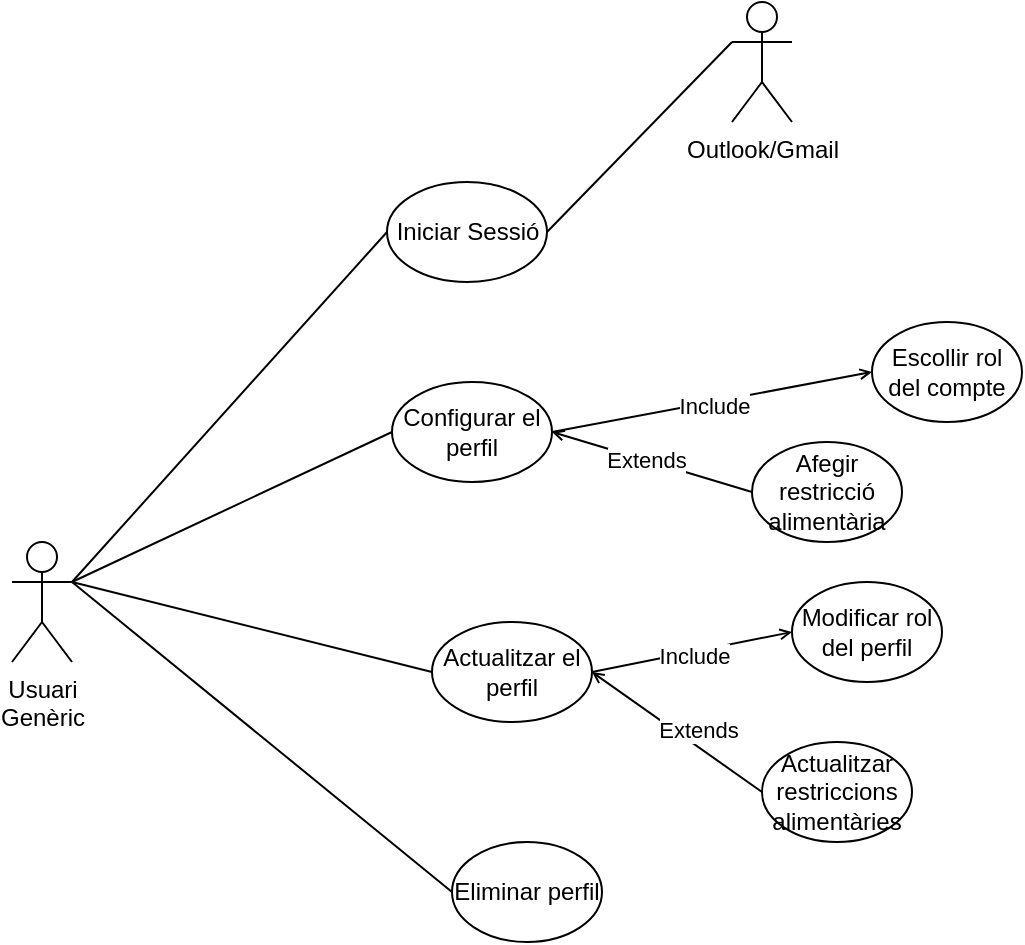
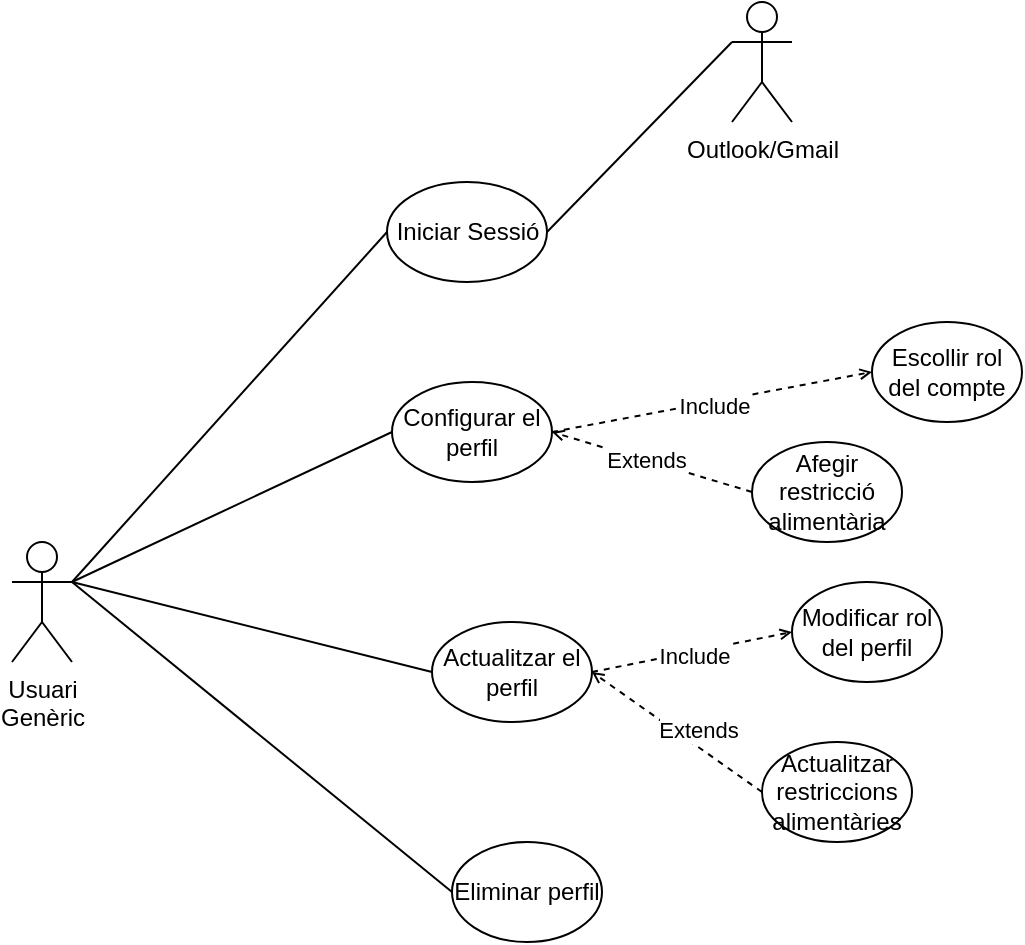
<mxfile host="Electron" agent="Mozilla/5.0 (X11; Linux x86_64) AppleWebKit/537.36 (KHTML, like Gecko) draw.io/29.6.1 Chrome/142.0.7444.265 Electron/39.8.9 Safari/537.36">
  <diagram name="Pàgina-1" id="554452TnlsPXSCmWLVR3">
-     <mxGraphModel dx="1712" dy="1001" grid="1" gridSize="10" guides="1" tooltips="1" connect="1" arrows="1" fold="1" page="1" pageScale="1" pageWidth="1169" pageHeight="827" math="0" shadow="0">
+     <mxGraphModel dx="869" dy="564" grid="1" gridSize="10" guides="1" tooltips="1" connect="1" arrows="1" fold="1" page="1" pageScale="1" pageWidth="1169" pageHeight="827" math="0" shadow="0">
      <root>
        <mxCell id="0" />
        <mxCell id="1" parent="0" />
        <mxCell id="fca1Em15TCVHM_VSifuS-20" edge="1" parent="1" source="fca1Em15TCVHM_VSifuS-1" style="edgeStyle=none;shape=connector;rounded=0;orthogonalLoop=1;jettySize=auto;html=1;exitX=1;exitY=0.3333333333333333;exitDx=0;exitDy=0;exitPerimeter=0;entryX=0;entryY=0.5;entryDx=0;entryDy=0;strokeColor=default;align=center;verticalAlign=middle;fontFamily=Helvetica;fontSize=11;fontColor=default;labelBackgroundColor=default;endArrow=none;endFill=0;" target="fca1Em15TCVHM_VSifuS-2">
          <mxGeometry relative="1" as="geometry" />
        </mxCell>
        <mxCell id="rSSmN_jFFpueDopVGZL0-2" edge="1" parent="1" source="fca1Em15TCVHM_VSifuS-1" style="rounded=0;orthogonalLoop=1;jettySize=auto;html=1;exitX=1;exitY=0.3333333333333333;exitDx=0;exitDy=0;exitPerimeter=0;entryX=0;entryY=0.5;entryDx=0;entryDy=0;endArrow=none;endFill=0;" target="rSSmN_jFFpueDopVGZL0-1">
          <mxGeometry relative="1" as="geometry" />
        </mxCell>
        <mxCell id="fca1Em15TCVHM_VSifuS-1" parent="1" style="shape=umlActor;verticalLabelPosition=bottom;verticalAlign=top;html=1;outlineConnect=0;" value="Usuari&lt;div&gt;Genèric&lt;/div&gt;" vertex="1">
          <mxGeometry height="60" width="30" x="270" y="360" as="geometry" />
        </mxCell>
-         <mxCell id="fca1Em15TCVHM_VSifuS-12" edge="1" parent="1" source="fca1Em15TCVHM_VSifuS-2" style="edgeStyle=none;shape=connector;rounded=0;orthogonalLoop=1;jettySize=auto;html=1;exitX=1;exitY=0.5;exitDx=0;exitDy=0;entryX=0;entryY=0.5;entryDx=0;entryDy=0;strokeColor=default;align=center;verticalAlign=middle;fontFamily=Helvetica;fontSize=11;fontColor=default;labelBackgroundColor=default;endArrow=open;endFill=0;endSize=4;" target="fca1Em15TCVHM_VSifuS-5">
+         <mxCell id="fca1Em15TCVHM_VSifuS-12" edge="1" parent="1" source="fca1Em15TCVHM_VSifuS-2" style="edgeStyle=none;shape=connector;rounded=0;orthogonalLoop=1;jettySize=auto;html=1;exitX=1;exitY=0.5;exitDx=0;exitDy=0;entryX=0;entryY=0.5;entryDx=0;entryDy=0;strokeColor=default;align=center;verticalAlign=middle;fontFamily=Helvetica;fontSize=11;fontColor=default;labelBackgroundColor=default;endArrow=open;endFill=0;endSize=4;dashed=1;" target="fca1Em15TCVHM_VSifuS-5">
          <mxGeometry relative="1" as="geometry" />
        </mxCell>
        <mxCell id="fca1Em15TCVHM_VSifuS-16" connectable="0" parent="fca1Em15TCVHM_VSifuS-12" style="edgeLabel;html=1;align=center;verticalAlign=middle;points=[];fontFamily=Helvetica;fontSize=11;fontColor=default;labelBackgroundColor=default;rounded=0;strokeColor=default;" value="Include" vertex="1">
          <mxGeometry relative="1" x="0.0101" y="-2" as="geometry">
            <mxPoint as="offset" />
          </mxGeometry>
        </mxCell>
-         <mxCell id="fca1Em15TCVHM_VSifuS-13" edge="1" parent="1" source="fca1Em15TCVHM_VSifuS-6" style="edgeStyle=none;shape=connector;rounded=0;orthogonalLoop=1;jettySize=auto;html=1;exitX=0;exitY=0.5;exitDx=0;exitDy=0;entryX=1;entryY=0.5;entryDx=0;entryDy=0;strokeColor=default;align=center;verticalAlign=middle;fontFamily=Helvetica;fontSize=11;fontColor=default;labelBackgroundColor=default;endArrow=open;endFill=0;endSize=4;" target="fca1Em15TCVHM_VSifuS-2">
+         <mxCell id="fca1Em15TCVHM_VSifuS-13" edge="1" parent="1" source="fca1Em15TCVHM_VSifuS-6" style="edgeStyle=none;shape=connector;rounded=0;orthogonalLoop=1;jettySize=auto;html=1;exitX=0;exitY=0.5;exitDx=0;exitDy=0;entryX=1;entryY=0.5;entryDx=0;entryDy=0;strokeColor=default;align=center;verticalAlign=middle;fontFamily=Helvetica;fontSize=11;fontColor=default;labelBackgroundColor=default;endArrow=open;endFill=0;endSize=4;dashed=1;" target="fca1Em15TCVHM_VSifuS-2">
          <mxGeometry relative="1" as="geometry" />
        </mxCell>
        <mxCell id="fca1Em15TCVHM_VSifuS-17" connectable="0" parent="fca1Em15TCVHM_VSifuS-13" style="edgeLabel;html=1;align=center;verticalAlign=middle;points=[];fontFamily=Helvetica;fontSize=11;fontColor=default;labelBackgroundColor=default;rounded=0;strokeColor=default;" value="Extends" vertex="1">
          <mxGeometry relative="1" x="0.0587" as="geometry">
            <mxPoint as="offset" />
          </mxGeometry>
        </mxCell>
        <mxCell id="fca1Em15TCVHM_VSifuS-2" parent="1" style="ellipse;whiteSpace=wrap;html=1;" value="Configurar el perfil" vertex="1">
          <mxGeometry height="50" width="80" x="460" y="280" as="geometry" />
        </mxCell>
        <mxCell id="fca1Em15TCVHM_VSifuS-5" parent="1" style="ellipse;whiteSpace=wrap;html=1;" value="Escollir rol del compte" vertex="1">
          <mxGeometry height="50" width="75" x="700" y="250" as="geometry" />
        </mxCell>
        <mxCell id="fca1Em15TCVHM_VSifuS-6" parent="1" style="ellipse;whiteSpace=wrap;html=1;" value="Afegir restricció alimentària" vertex="1">
          <mxGeometry height="50" width="75" x="640" y="310" as="geometry" />
        </mxCell>
        <mxCell id="fca1Em15TCVHM_VSifuS-21" edge="1" parent="1" source="fca1Em15TCVHM_VSifuS-19" style="edgeStyle=none;shape=connector;rounded=0;orthogonalLoop=1;jettySize=auto;html=1;exitX=0;exitY=0.5;exitDx=0;exitDy=0;strokeColor=default;align=center;verticalAlign=middle;fontFamily=Helvetica;fontSize=11;fontColor=default;labelBackgroundColor=default;endArrow=none;endFill=0;">
          <mxGeometry relative="1" as="geometry">
            <mxPoint x="300" y="380" as="targetPoint" />
          </mxGeometry>
        </mxCell>
        <mxCell id="fca1Em15TCVHM_VSifuS-19" parent="1" style="ellipse;whiteSpace=wrap;html=1;" value="Eliminar perfil" vertex="1">
          <mxGeometry height="50" width="75" x="490" y="510" as="geometry" />
        </mxCell>
        <mxCell id="fca1Em15TCVHM_VSifuS-23" edge="1" parent="1" source="fca1Em15TCVHM_VSifuS-59" style="edgeStyle=none;shape=connector;rounded=0;orthogonalLoop=1;jettySize=auto;html=1;exitX=0;exitY=0.5;exitDx=0;exitDy=0;entryX=1;entryY=0.3333333333333333;entryDx=0;entryDy=0;entryPerimeter=0;strokeColor=default;align=center;verticalAlign=middle;fontFamily=Helvetica;fontSize=11;fontColor=default;labelBackgroundColor=default;endArrow=none;endFill=0;" target="fca1Em15TCVHM_VSifuS-1">
          <mxGeometry relative="1" as="geometry">
            <mxPoint x="470.00000000000125" y="655" as="sourcePoint" />
          </mxGeometry>
        </mxCell>
-         <mxCell id="fca1Em15TCVHM_VSifuS-55" edge="1" parent="1" source="fca1Em15TCVHM_VSifuS-59" style="edgeStyle=none;shape=connector;rounded=0;orthogonalLoop=1;jettySize=auto;html=1;exitX=1;exitY=0.5;exitDx=0;exitDy=0;entryX=0;entryY=0.5;entryDx=0;entryDy=0;strokeColor=default;align=center;verticalAlign=middle;fontFamily=Helvetica;fontSize=11;fontColor=default;labelBackgroundColor=default;endArrow=open;endFill=0;endSize=4;" target="fca1Em15TCVHM_VSifuS-62">
+         <mxCell id="fca1Em15TCVHM_VSifuS-55" edge="1" parent="1" source="fca1Em15TCVHM_VSifuS-59" style="edgeStyle=none;shape=connector;rounded=0;orthogonalLoop=1;jettySize=auto;html=1;exitX=1;exitY=0.5;exitDx=0;exitDy=0;entryX=0;entryY=0.5;entryDx=0;entryDy=0;strokeColor=default;align=center;verticalAlign=middle;fontFamily=Helvetica;fontSize=11;fontColor=default;labelBackgroundColor=default;endArrow=open;endFill=0;endSize=4;dashed=1;" target="fca1Em15TCVHM_VSifuS-62">
          <mxGeometry relative="1" as="geometry" />
        </mxCell>
        <mxCell id="fca1Em15TCVHM_VSifuS-56" connectable="0" parent="fca1Em15TCVHM_VSifuS-55" style="edgeLabel;html=1;align=center;verticalAlign=middle;points=[];fontFamily=Helvetica;fontSize=11;fontColor=default;labelBackgroundColor=default;rounded=0;strokeColor=default;" value="Include" vertex="1">
          <mxGeometry relative="1" x="0.0101" y="-2" as="geometry">
            <mxPoint as="offset" />
          </mxGeometry>
        </mxCell>
-         <mxCell id="fca1Em15TCVHM_VSifuS-57" edge="1" parent="1" source="fca1Em15TCVHM_VSifuS-63" style="edgeStyle=none;shape=connector;rounded=0;orthogonalLoop=1;jettySize=auto;html=1;exitX=0;exitY=0.5;exitDx=0;exitDy=0;entryX=1;entryY=0.5;entryDx=0;entryDy=0;strokeColor=default;align=center;verticalAlign=middle;fontFamily=Helvetica;fontSize=11;fontColor=default;labelBackgroundColor=default;endArrow=open;endFill=0;endSize=4;" target="fca1Em15TCVHM_VSifuS-59">
+         <mxCell id="fca1Em15TCVHM_VSifuS-57" edge="1" parent="1" source="fca1Em15TCVHM_VSifuS-63" style="edgeStyle=none;shape=connector;rounded=0;orthogonalLoop=1;jettySize=auto;html=1;exitX=0;exitY=0.5;exitDx=0;exitDy=0;entryX=1;entryY=0.5;entryDx=0;entryDy=0;strokeColor=default;align=center;verticalAlign=middle;fontFamily=Helvetica;fontSize=11;fontColor=default;labelBackgroundColor=default;endArrow=open;endFill=0;endSize=4;dashed=1;" target="fca1Em15TCVHM_VSifuS-59">
          <mxGeometry relative="1" as="geometry" />
        </mxCell>
        <mxCell id="fca1Em15TCVHM_VSifuS-58" connectable="0" parent="fca1Em15TCVHM_VSifuS-57" style="edgeLabel;html=1;align=center;verticalAlign=middle;points=[];fontFamily=Helvetica;fontSize=11;fontColor=default;labelBackgroundColor=default;rounded=0;strokeColor=default;" value="Extends" vertex="1">
          <mxGeometry relative="1" x="0.0587" as="geometry">
            <mxPoint x="13" as="offset" />
          </mxGeometry>
        </mxCell>
        <mxCell id="fca1Em15TCVHM_VSifuS-59" parent="1" style="ellipse;whiteSpace=wrap;html=1;" value="Actualitzar el perfil" vertex="1">
          <mxGeometry height="50" width="80" x="480" y="400" as="geometry" />
        </mxCell>
        <mxCell id="fca1Em15TCVHM_VSifuS-62" parent="1" style="ellipse;whiteSpace=wrap;html=1;" value="Modificar rol del perfil" vertex="1">
          <mxGeometry height="50" width="75" x="660" y="380" as="geometry" />
        </mxCell>
        <mxCell id="fca1Em15TCVHM_VSifuS-63" parent="1" style="ellipse;whiteSpace=wrap;html=1;" value="Actualitzar restriccions alimentàries" vertex="1">
          <mxGeometry height="50" width="75" x="645" y="460" as="geometry" />
        </mxCell>
        <mxCell id="rSSmN_jFFpueDopVGZL0-1" parent="1" style="ellipse;whiteSpace=wrap;html=1;" value="Iniciar Sessió" vertex="1">
          <mxGeometry height="50" width="80" x="457.5" y="180" as="geometry" />
        </mxCell>
        <mxCell id="rSSmN_jFFpueDopVGZL0-3" parent="1" style="shape=umlActor;verticalLabelPosition=bottom;verticalAlign=top;html=1;outlineConnect=0;" value="Outlook/Gmail" vertex="1">
          <mxGeometry height="60" width="30" x="630" y="90" as="geometry" />
        </mxCell>
        <mxCell id="rSSmN_jFFpueDopVGZL0-4" edge="1" parent="1" source="rSSmN_jFFpueDopVGZL0-1" style="rounded=0;orthogonalLoop=1;jettySize=auto;html=1;exitX=1;exitY=0.5;exitDx=0;exitDy=0;entryX=0;entryY=0.3333333333333333;entryDx=0;entryDy=0;entryPerimeter=0;endArrow=none;endFill=0;" target="rSSmN_jFFpueDopVGZL0-3">
          <mxGeometry relative="1" as="geometry" />
        </mxCell>
      </root>
    </mxGraphModel>
  </diagram>
</mxfile>
